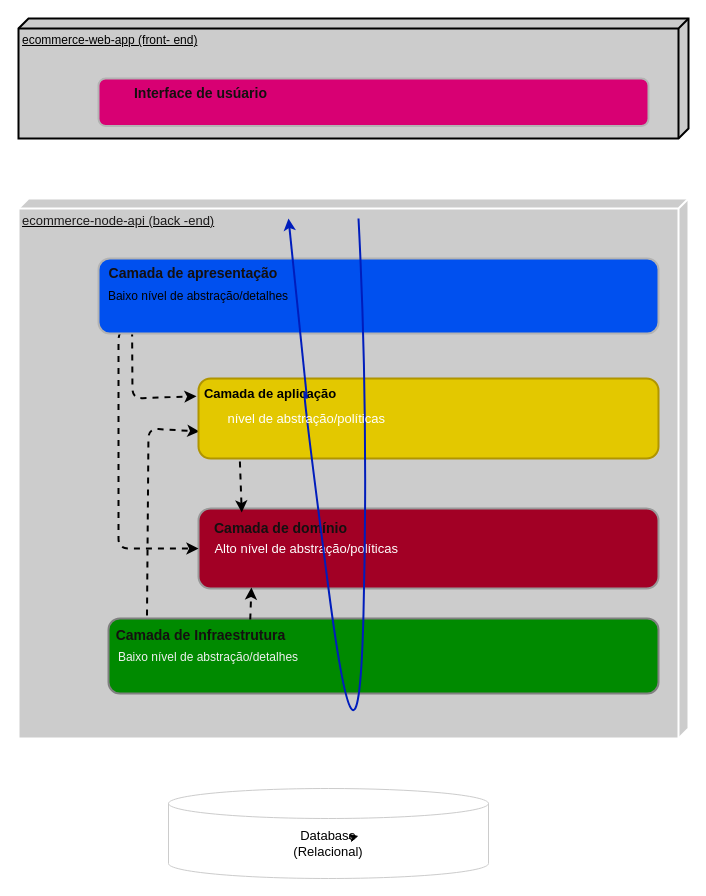
Earlier version of the draw.io diagram page "Arquitetura em Camadas" (1 of 2) of requirements/ecommerce-arquitetura.drawio (esteroliveira33/ecommerce-node-api). Source tidied: cells renumbered, new cells numbered last; positions are measured from the earlier drawing's top-left corner, leaving out a move shared by most shapes. Both pictures are drawn from the tidied source at 100%, with x=0, y=0 at pixel (18, 18).
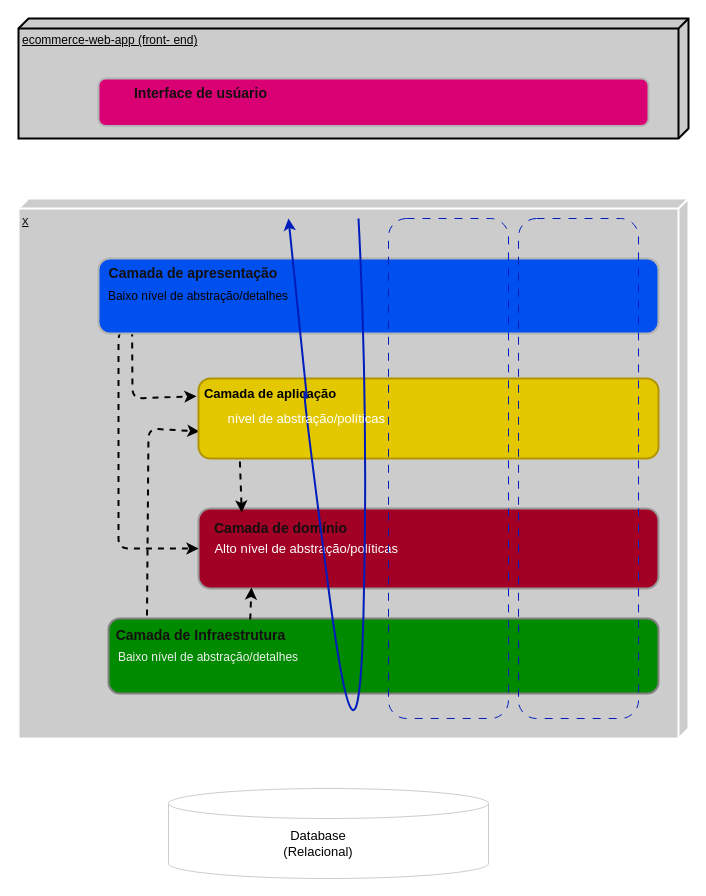
After the change.

The edit, as a diff of the source:
```diff
@@
-    <mxCell id="2" value="&lt;font style=&quot;font-size: 13px;&quot; color=&quot;#1d1b1b&quot;&gt;ecommerce-node-api (back -end)&lt;/font&gt;" style="verticalAlign=top;align=left;spacingTop=8;spacingLeft=2;spacingRight=12;shape=cube;size=10;direction=south;fontStyle=4;html=1;strokeWidth=2;fillColor=#CCCCCC;strokeColor=#FFFFFF;rounded=1;" parent="1" vertex="1">
+    <mxCell id="2" value="&lt;font style=&quot;font-size: 13px;&quot; color=&quot;#1d1b1b&quot;&gt;x&lt;/font&gt;" style="verticalAlign=top;align=left;spacingTop=8;spacingLeft=2;spacingRight=12;shape=cube;size=10;direction=south;fontStyle=4;html=1;strokeWidth=2;fillColor=#CCCCCC;strokeColor=#FFFFFF;rounded=1;" parent="1" vertex="1">
       <mxGeometry y="180" width="670" height="540" as="geometry" />
     </mxCell>
@@
-    <mxCell id="17" value="&lt;font color=&quot;#000000&quot;&gt;Database (Relacional)&lt;/font&gt;" style="text;html=1;strokeColor=none;fillColor=none;align=center;verticalAlign=middle;whiteSpace=wrap;rounded=1;fontSize=13;fontColor=#FFFFFF;" parent="1" vertex="1">
-      <mxGeometry x="280" y="810" width="60" height="30" as="geometry" />
+    <mxCell id="17" value="&lt;font color=&quot;#000000&quot;&gt;Database (Relacional)&lt;/font&gt;" style="text;html=1;strokeColor=none;fillColor=none;align=center;verticalAlign=middle;whiteSpace=wrap;rounded=1;fontSize=13;fontColor=#FFFFFF;arcSize=26;" parent="1" vertex="1">
+      <mxGeometry x="270" y="810" width="60" height="30" as="geometry" />
     </mxCell>
-    <mxCell id="18" style="edgeStyle=none;html=1;fontSize=13;fontColor=#000000;" parent="1" edge="1" target="17">
-      <mxGeometry relative="1" as="geometry">
-        <mxPoint x="330" y="820" as="sourcePoint" />
-      </mxGeometry>
-    </mxCell>
@@
+    <mxCell id="28" style="rounded=1;whiteSpace=wrap;html=1;sketch=1;hachureGap=4;jiggle=2;curveFitting=1;fontFamily=Architects Daughter;fontSize=20;fillColor=none;strokeColor=none;" parent="1" vertex="1">
+      <mxGeometry x="370" y="205" width="120" height="490" as="geometry" />
+    </mxCell>
+    <mxCell id="29" style="rounded=1;whiteSpace=wrap;html=1;sketch=1;hachureGap=4;jiggle=2;curveFitting=1;fontFamily=Architects Daughter;fontSize=20;fillColor=none;strokeColor=none;" parent="1" vertex="1">
+      <mxGeometry x="370" y="200" width="120" height="490" as="geometry" />
+    </mxCell>
+    <mxCell id="30" style="rounded=0;whiteSpace=wrap;html=1;sketch=1;hachureGap=4;jiggle=2;curveFitting=1;fontFamily=Architects Daughter;fontSize=20;fillColor=none;strokeColor=none;fontColor=#ffffff;" parent="1" vertex="1">
+      <mxGeometry x="370" y="200" width="120" height="490" as="geometry" />
+    </mxCell>
+    <mxCell id="31" style="rounded=1;whiteSpace=wrap;html=1;fillColor=none;fontColor=#ffffff;strokeColor=#001DBC;dashed=1;dashPattern=8 8;" parent="1" vertex="1">
+      <mxGeometry x="370" y="200" width="120" height="500" as="geometry" />
+    </mxCell>
+    <mxCell id="32" style="rounded=1;whiteSpace=wrap;html=1;fillColor=none;fontColor=#ffffff;strokeColor=#001DBC;dashed=1;dashPattern=8 8;" parent="1" vertex="1">
+      <mxGeometry x="500" y="200" width="120" height="500" as="geometry" />
+    </mxCell>
```
